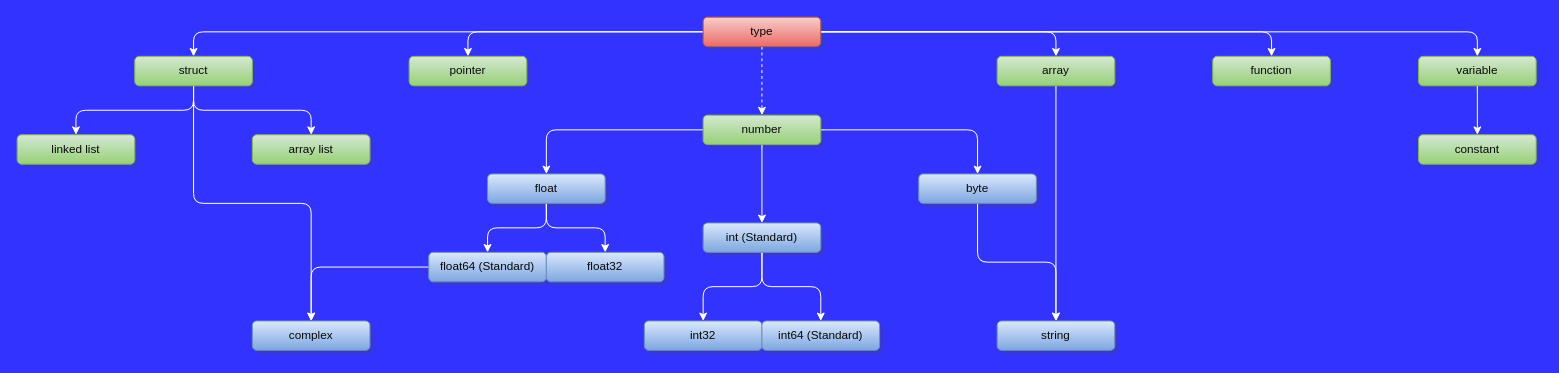
Above: __ideen_zu_fourfoil/fourfoil.drawio in MrKleeblatt/mrkleeblatt.github.io (draw.io), before the change. Source tidied: cells renumbered, new cells numbered last; positions are measured from the earlier drawing's top-left corner, leaving out a move shared by most shapes. Both pictures are drawn from the tidied source at 98%, with x=0, y=0 at pixel (17, 17).
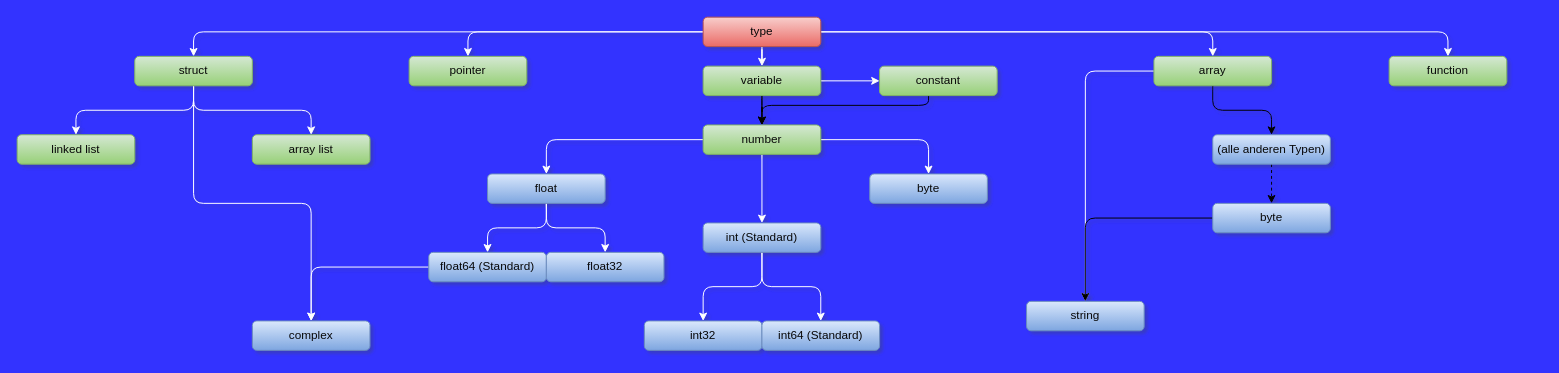
After the change.

Commit message (it also covers changes not shown here):
Funktionsparameter überarbeitet

Unchanged cells that the change refers to:
```xml
<mxCell id="8" value="type" style="rounded=1;whiteSpace=wrap;html=1;fillColor=#f8cecc;strokeColor=#b85450;gradientColor=#ea6b66;fontColor=#080808;" parent="1" vertex="1">
  <mxGeometry x="700" width="120" height="30" as="geometry" />
</mxCell>
```

The edit, as a diff of the source:
```diff
@@
-    <mxCell id="5" style="edgeStyle=orthogonalEdgeStyle;rounded=1;jettySize=auto;html=1;strokeColor=#FFFFFF;dashed=1;" parent="1" edge="1" source="8" target="33">
-      <mxGeometry relative="1" as="geometry" />
-    </mxCell>
@@
-    <mxCell id="20" style="edgeStyle=orthogonalEdgeStyle;rounded=1;jettySize=auto;html=1;strokeColor=#FFFFFF;" parent="1" edge="1" source="21" target="27">
-      <mxGeometry relative="1" as="geometry" />
-    </mxCell>
     <mxCell id="21" value="byte" style="rounded=1;whiteSpace=wrap;html=1;fillColor=#dae8fc;strokeColor=#6c8ebf;gradientColor=#7ea6e0;fontColor=#080808;" parent="1" vertex="1">
-      <mxGeometry x="920" y="160" width="120" height="30" as="geometry" />
+      <mxGeometry x="870" y="160" width="120" height="30" as="geometry" />
     </mxCell>
@@
     <mxCell id="27" value="string" style="rounded=1;whiteSpace=wrap;html=1;fillColor=#dae8fc;strokeColor=#6c8ebf;gradientColor=#7ea6e0;fontColor=#080808;" parent="1" vertex="1">
-      <mxGeometry x="1000" y="310" width="120" height="30" as="geometry" />
+      <mxGeometry x="1030" y="290" width="120" height="30" as="geometry" />
     </mxCell>
@@
+    <mxCell id="41" style="edgeStyle=orthogonalEdgeStyle;rounded=1;jettySize=auto;html=1;strokeWidth=1;sketch=0;" parent="1" edge="1" source="29" target="46">
+      <mxGeometry relative="1" as="geometry" />
+    </mxCell>
     <mxCell id="29" value="array" style="rounded=1;whiteSpace=wrap;html=1;fillColor=#d5e8d4;strokeColor=#82b366;gradientColor=#97d077;fontColor=#080808;" parent="1" vertex="1">
-      <mxGeometry x="1000" y="40" width="120" height="30" as="geometry" />
+      <mxGeometry x="1160" y="40" width="120" height="30" as="geometry" />
     </mxCell>
@@
     <mxCell id="33" value="number" style="rounded=1;whiteSpace=wrap;html=1;fillColor=#d5e8d4;strokeColor=#82b366;gradientColor=#97d077;fontColor=#080808;" parent="1" vertex="1">
-      <mxGeometry x="700" y="100" width="120" height="30" as="geometry" />
+      <mxGeometry x="700" y="110" width="120" height="30" as="geometry" />
     </mxCell>
     <mxCell id="34" value="function" style="rounded=1;whiteSpace=wrap;html=1;fillColor=#d5e8d4;strokeColor=#82b366;gradientColor=#97d077;fontColor=#080808;" parent="1" vertex="1">
-      <mxGeometry x="1220" y="40" width="120" height="30" as="geometry" />
+      <mxGeometry x="1400" y="40" width="120" height="30" as="geometry" />
     </mxCell>
@@
+    <mxCell id="42" style="edgeStyle=orthogonalEdgeStyle;rounded=1;sketch=0;jettySize=auto;html=1;strokeWidth=1;" parent="1" edge="1" source="36" target="33">
+      <mxGeometry relative="1" as="geometry" />
+    </mxCell>
+    <mxCell id="43" style="edgeStyle=orthogonalEdgeStyle;rounded=1;sketch=0;jettySize=auto;html=1;strokeWidth=1;" parent="1" edge="1" source="36" target="33">
+      <mxGeometry relative="1" as="geometry" />
+    </mxCell>
     <mxCell id="36" value="variable" style="rounded=1;whiteSpace=wrap;html=1;fillColor=#d5e8d4;strokeColor=#82b366;gradientColor=#97d077;fontColor=#080808;" parent="1" vertex="1">
-      <mxGeometry x="1430" y="40" width="120" height="30" as="geometry" />
+      <mxGeometry x="700" y="50" width="120" height="30" as="geometry" />
     </mxCell>
+    <mxCell id="44" style="edgeStyle=orthogonalEdgeStyle;rounded=1;sketch=0;jettySize=auto;html=1;strokeWidth=1;" parent="1" edge="1" source="37" target="33">
+      <mxGeometry relative="1" as="geometry">
+        <Array as="points">
+          <mxPoint x="930" y="90" />
+          <mxPoint x="760" y="90" />
+        </Array>
+      </mxGeometry>
+    </mxCell>
     <mxCell id="37" value="constant" style="rounded=1;whiteSpace=wrap;html=1;fillColor=#d5e8d4;strokeColor=#82b366;gradientColor=#97d077;fontColor=#080808;" parent="1" vertex="1">
-      <mxGeometry x="1430" y="120" width="120" height="30" as="geometry" />
+      <mxGeometry x="880" y="50" width="120" height="30" as="geometry" />
     </mxCell>
@@
+    <mxCell id="45" style="edgeStyle=orthogonalEdgeStyle;rounded=1;sketch=0;jettySize=auto;html=1;strokeWidth=1;dashed=1;" parent="1" edge="1" source="46" target="48">
+      <mxGeometry relative="1" as="geometry" />
+    </mxCell>
+    <mxCell id="46" value="(alle anderen Typen)" style="rounded=1;whiteSpace=wrap;html=1;fillColor=#dae8fc;strokeColor=#6c8ebf;gradientColor=#7ea6e0;fontColor=#080808;" parent="1" vertex="1">
+      <mxGeometry x="1220" y="120" width="120" height="30" as="geometry" />
+    </mxCell>
+    <mxCell id="47" style="edgeStyle=orthogonalEdgeStyle;rounded=1;sketch=0;jettySize=auto;html=1;strokeWidth=1;" parent="1" edge="1" source="48" target="27">
+      <mxGeometry relative="1" as="geometry" />
+    </mxCell>
+    <mxCell id="48" value="byte" style="rounded=1;whiteSpace=wrap;html=1;fillColor=#dae8fc;strokeColor=#6c8ebf;gradientColor=#7ea6e0;fontColor=#080808;" parent="1" vertex="1">
+      <mxGeometry x="1220" y="190" width="120" height="30" as="geometry" />
+    </mxCell>
```
